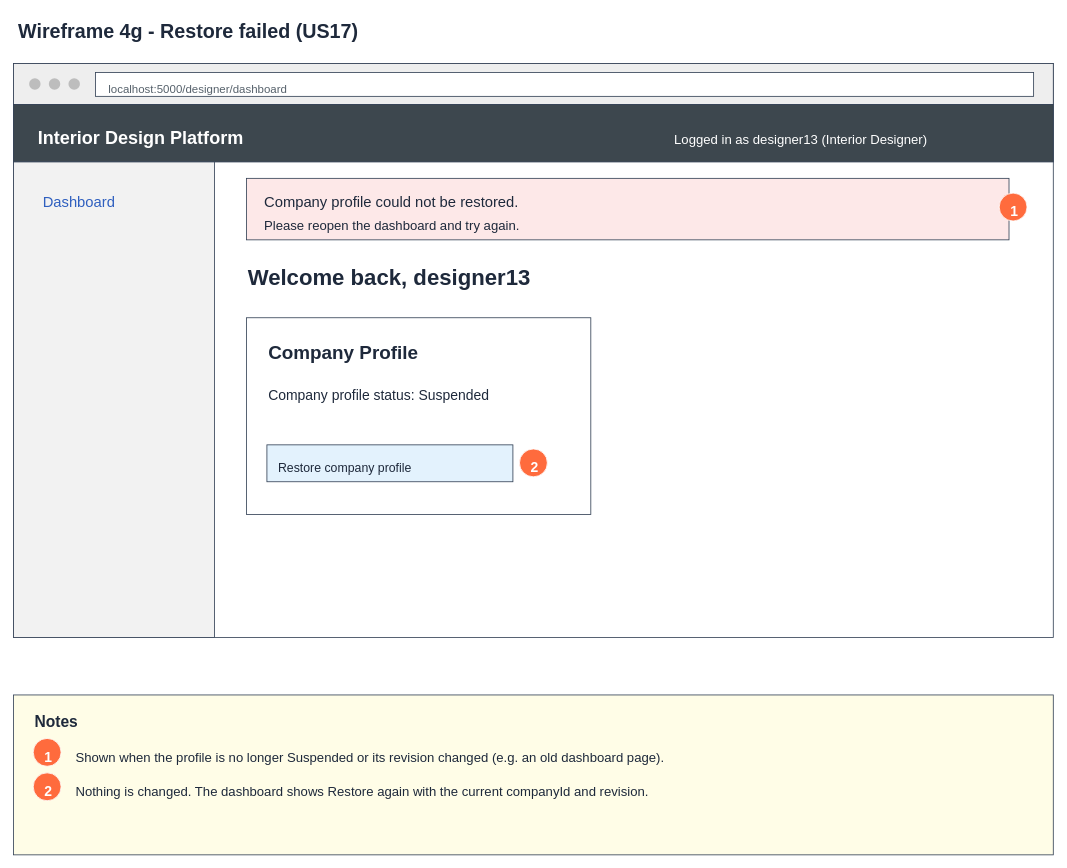
Before: page "4g Wireframe - Restore failed" (8 of 11) of Sprint_2/US17 - Delete Company Profile/US17 Delete company profile.drawio in Hanzxc/CSIT314-ARCHSS, a draw.io diagram. Source tidied: cells renumbered, new cells numbered last; positions are measured from the earlier drawing's top-left corner, leaving out a move shared by most shapes. Both pictures are drawn from the tidied source at 82%, with x=0, y=0 at pixel (13, 13).
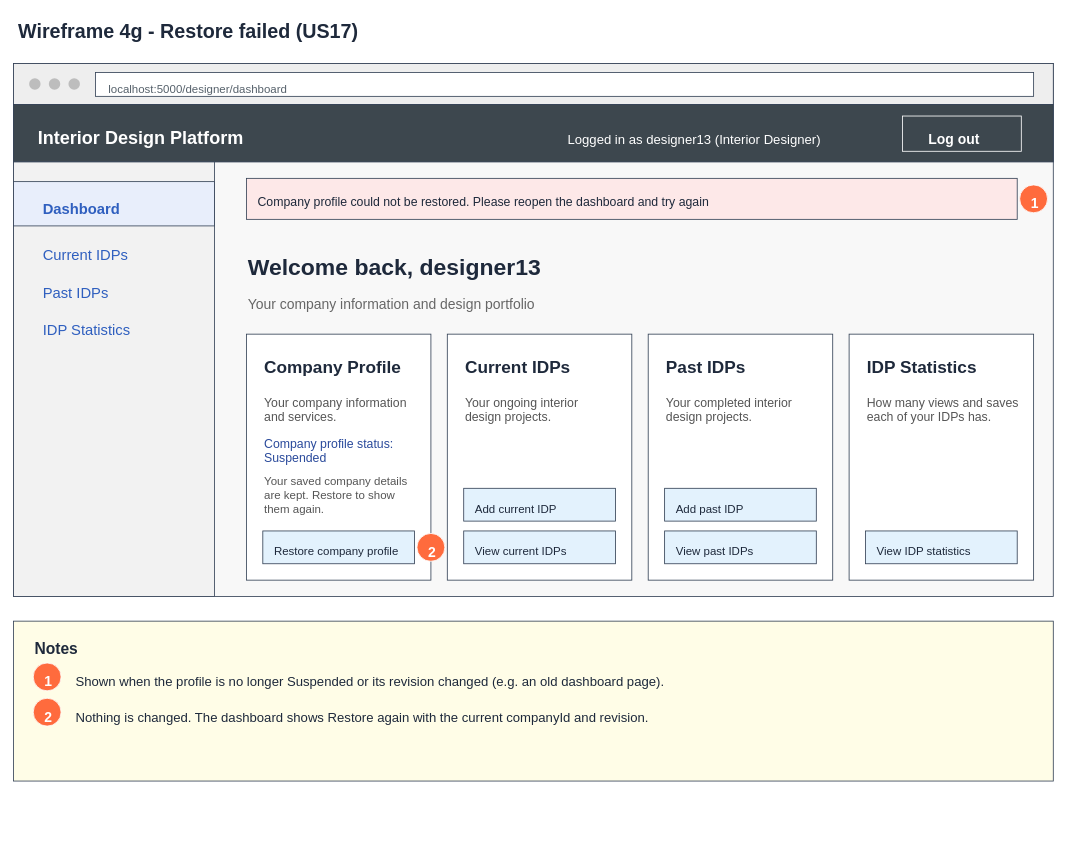
Above is the later version.

The edit, as a diff of the source:
```diff
@@
-    <mxCell id="3" style="rounded=0;whiteSpace=wrap;fillColor=#ffffff;strokeColor=#334155;" parent="1" vertex="1">
-      <mxGeometry y="61" width="1268" height="700" as="geometry" />
+    <mxCell id="3" style="rounded=0;whiteSpace=wrap;fillColor=#f8f8f8;strokeColor=#334155;" parent="1" vertex="1">
+      <mxGeometry y="61" width="1268" height="650" as="geometry" />
     </mxCell>
@@
     <mxCell id="12" value="Logged in as designer13 (Interior Designer)" style="text;html=0;align=left;verticalAlign=top;fontSize=16;fontStyle=0;fontColor=#ffffff;" parent="1" vertex="1">
-      <mxGeometry x="804" y="138" width="440" height="23" as="geometry" />
+      <mxGeometry x="674" y="138" width="440" height="23" as="geometry" />
     </mxCell>
-    <mxCell id="13" style="rounded=0;whiteSpace=wrap;fillColor=#f2f2f2;strokeColor=#334155;" parent="1" vertex="1">
-      <mxGeometry y="181" width="245" height="580" as="geometry" />
+    <mxCell id="13" style="rounded=0;whiteSpace=wrap;fillColor=#3d474e;strokeColor=#ffffff;" parent="1" vertex="1">
+      <mxGeometry x="1084" y="125" width="145" height="43" as="geometry" />
     </mxCell>
-    <mxCell id="14" value="Dashboard" style="text;html=0;align=left;verticalAlign=top;fontSize=18;fontStyle=0;fontColor=#2f5fbf;" parent="1" vertex="1">
-      <mxGeometry x="34" y="213" width="200" height="25" as="geometry" />
+    <mxCell id="14" value="Log out" style="text;html=0;align=left;verticalAlign=top;fontSize=17;fontStyle=1;fontColor=#ffffff;" parent="1" vertex="1">
+      <mxGeometry x="1114" y="136" width="115" height="24" as="geometry" />
     </mxCell>
-    <mxCell id="15" style="rounded=0;whiteSpace=wrap;fillColor=#fde8e8;strokeColor=#334155;" parent="1" vertex="1">
-      <mxGeometry x="284" y="201" width="930" height="75" as="geometry" />
+    <mxCell id="15" style="rounded=0;whiteSpace=wrap;fillColor=#f2f2f2;strokeColor=#334155;" parent="1" vertex="1">
+      <mxGeometry y="181" width="245" height="530" as="geometry" />
     </mxCell>
-    <mxCell id="16" value="Company profile could not be restored." style="text;html=0;align=left;verticalAlign=top;fontSize=18;fontStyle=0;fontColor=#1e293b;" parent="1" vertex="1">
-      <mxGeometry x="304" y="213" width="900" height="25" as="geometry" />
+    <mxCell id="16" style="rounded=0;whiteSpace=wrap;fillColor=#e8eefb;strokeColor=#334155;" parent="1" vertex="1">
+      <mxGeometry y="205" width="245" height="54" as="geometry" />
     </mxCell>
-    <mxCell id="17" value="Please reopen the dashboard and try again." style="text;html=0;align=left;verticalAlign=top;fontSize=16;fontStyle=0;fontColor=#1e293b;" parent="1" vertex="1">
-      <mxGeometry x="304" y="243" width="900" height="23" as="geometry" />
+    <mxCell id="17" value="Dashboard" style="text;html=0;align=left;verticalAlign=top;fontSize=18;fontStyle=1;fontColor=#2f5fbf;" parent="1" vertex="1">
+      <mxGeometry x="34" y="221" width="200" height="25" as="geometry" />
     </mxCell>
-    <mxCell id="18" value="Welcome back, designer13" style="text;html=0;align=left;verticalAlign=top;fontSize=27;fontStyle=1;fontColor=#1e293b;" parent="1" vertex="1">
-      <mxGeometry x="284" y="299" width="900" height="34" as="geometry" />
+    <mxCell id="18" value="Current IDPs" style="text;html=0;align=left;verticalAlign=top;fontSize=18;fontStyle=0;fontColor=#2f5fbf;" parent="1" vertex="1">
+      <mxGeometry x="34" y="277" width="200" height="25" as="geometry" />
     </mxCell>
-    <mxCell id="19" style="rounded=0;whiteSpace=wrap;fillColor=#ffffff;strokeColor=#334155;" parent="1" vertex="1">
-      <mxGeometry x="284" y="371" width="420" height="240" as="geometry" />
+    <mxCell id="19" value="Past IDPs" style="text;html=0;align=left;verticalAlign=top;fontSize=18;fontStyle=0;fontColor=#2f5fbf;" parent="1" vertex="1">
+      <mxGeometry x="34" y="323" width="200" height="25" as="geometry" />
     </mxCell>
-    <mxCell id="20" value="Company Profile" style="text;html=0;align=left;verticalAlign=top;fontSize=23;fontStyle=1;fontColor=#1e293b;" parent="1" vertex="1">
-      <mxGeometry x="309" y="393" width="900" height="30" as="geometry" />
+    <mxCell id="20" value="IDP Statistics" style="text;html=0;align=left;verticalAlign=top;fontSize=18;fontStyle=0;fontColor=#2f5fbf;" parent="1" vertex="1">
+      <mxGeometry x="34" y="369" width="200" height="25" as="geometry" />
     </mxCell>
-    <mxCell id="21" value="Company profile status: Suspended" style="text;html=0;align=left;verticalAlign=top;fontSize=17;fontStyle=0;fontColor=#1e293b;" parent="1" vertex="1">
-      <mxGeometry x="309" y="449" width="900" height="24" as="geometry" />
+    <mxCell id="21" style="rounded=0;whiteSpace=wrap;fillColor=#fde8e8;strokeColor=#334155;" parent="1" vertex="1">
+      <mxGeometry x="284" y="201" width="940" height="50" as="geometry" />
     </mxCell>
-    <mxCell id="22" style="rounded=0;whiteSpace=wrap;fillColor=#e3f2fd;strokeColor=#334155;" parent="1" vertex="1">
-      <mxGeometry x="309" y="526" width="300" height="45" as="geometry" />
+    <mxCell id="22" value="Company profile could not be restored. Please reopen the dashboard and try again" style="text;html=0;align=left;verticalAlign=top;fontSize=15;fontStyle=0;fontColor=#1e293b;" parent="1" vertex="1">
+      <mxGeometry x="296" y="214" width="916" height="22" as="geometry" />
     </mxCell>
-    <mxCell id="23" value="Restore company profile" style="text;html=0;align=left;verticalAlign=top;fontSize=15;fontStyle=0;fontColor=#1e293b;" parent="1" vertex="1">
-      <mxGeometry x="321" y="538" width="276" height="22" as="geometry" />
+    <mxCell id="23" value="Welcome back, designer13" style="text;html=0;align=left;verticalAlign=top;fontSize=28;fontStyle=1;fontColor=#1e293b;" parent="1" vertex="1">
+      <mxGeometry x="284" y="285" width="900" height="35" as="geometry" />
     </mxCell>
-    <mxCell id="24" style="ellipse;fillColor=#ff6b3d;strokeColor=#ffffff;" parent="1" vertex="1">
-      <mxGeometry x="1202" y="219" width="34" height="34" as="geometry" />
+    <mxCell id="24" value="Your company information and design portfolio" style="text;html=0;align=left;verticalAlign=top;fontSize=17;fontStyle=0;fontColor=#666666;" parent="1" vertex="1">
+      <mxGeometry x="284" y="338" width="900" height="24" as="geometry" />
     </mxCell>
-    <mxCell id="25" value="1" style="text;html=0;align=left;verticalAlign=top;fontSize=17;fontStyle=1;fontColor=#ffffff;" parent="1" vertex="1">
-      <mxGeometry x="1214" y="225" width="20" height="24" as="geometry" />
+    <mxCell id="25" style="rounded=0;whiteSpace=wrap;fillColor=#ffffff;strokeColor=#334155;" parent="1" vertex="1">
+      <mxGeometry x="284" y="391" width="225" height="300" as="geometry" />
     </mxCell>
-    <mxCell id="26" style="ellipse;fillColor=#ff6b3d;strokeColor=#ffffff;" parent="1" vertex="1">
-      <mxGeometry x="617" y="531" width="34" height="34" as="geometry" />
+    <mxCell id="26" value="Company Profile" style="text;html=0;align=left;verticalAlign=top;fontSize=21;fontStyle=1;fontColor=#1e293b;" parent="1" vertex="1">
+      <mxGeometry x="304" y="412" width="195" height="29" as="geometry" />
     </mxCell>
-    <mxCell id="27" value="2" style="text;html=0;align=left;verticalAlign=top;fontSize=17;fontStyle=1;fontColor=#ffffff;" parent="1" vertex="1">
-      <mxGeometry x="629" y="537" width="20" height="24" as="geometry" />
+    <mxCell id="27" value="Your company information&#10;and services." style="text;html=0;align=left;verticalAlign=top;fontSize=15;fontStyle=0;fontColor=#555555;" parent="1" vertex="1">
+      <mxGeometry x="304" y="459" width="195" height="44" as="geometry" />
     </mxCell>
-    <mxCell id="28" style="rounded=0;whiteSpace=wrap;fillColor=#fffde7;strokeColor=#334155;" parent="1" vertex="1">
-      <mxGeometry y="831" width="1268" height="195" as="geometry" />
+    <mxCell id="28" value="Company profile status:&#10;Suspended" style="text;html=0;align=left;verticalAlign=top;fontSize=15;fontStyle=0;fontColor=#2a4a9b;" parent="1" vertex="1">
+      <mxGeometry x="304" y="509" width="195" height="40" as="geometry" />
     </mxCell>
-    <mxCell id="29" value="Notes" style="text;html=0;align=left;verticalAlign=top;fontSize=19;fontStyle=1;fontColor=#1e293b;" parent="1" vertex="1">
-      <mxGeometry x="24" y="846" width="900" height="26" as="geometry" />
+    <mxCell id="29" value="Your saved company details&#10;are kept. Restore to show&#10;them again." style="text;html=0;align=left;verticalAlign=top;fontSize=14;fontStyle=0;fontColor=#555555;" parent="1" vertex="1">
+      <mxGeometry x="304" y="555" width="195" height="54" as="geometry" />
     </mxCell>
-    <mxCell id="30" style="ellipse;fillColor=#ff6b3d;strokeColor=#ffffff;" parent="1" vertex="1">
-      <mxGeometry x="24" y="884" width="34" height="34" as="geometry" />
+    <mxCell id="30" style="rounded=0;whiteSpace=wrap;fillColor=#e3f2fd;strokeColor=#334155;" parent="1" vertex="1">
+      <mxGeometry x="304" y="631" width="185" height="40" as="geometry" />
     </mxCell>
-    <mxCell id="31" value="1" style="text;html=0;align=left;verticalAlign=top;fontSize=17;fontStyle=1;fontColor=#ffffff;" parent="1" vertex="1">
-      <mxGeometry x="36" y="890" width="20" height="24" as="geometry" />
+    <mxCell id="31" value="Restore company profile" style="text;html=0;align=left;verticalAlign=top;fontSize=14;fontStyle=0;fontColor=#1e293b;" parent="1" vertex="1">
+      <mxGeometry x="316" y="641" width="165" height="22" as="geometry" />
     </mxCell>
-    <mxCell id="32" value="Shown when the profile is no longer Suspended or its revision changed (e.g. an old dashboard page)." style="text;html=0;align=left;verticalAlign=top;fontSize=16;fontStyle=0;fontColor=#1e293b;" parent="1" vertex="1">
-      <mxGeometry x="74" y="891" width="1160" height="23" as="geometry" />
+    <mxCell id="32" style="rounded=0;whiteSpace=wrap;fillColor=#ffffff;strokeColor=#334155;" parent="1" vertex="1">
+      <mxGeometry x="529" y="391" width="225" height="300" as="geometry" />
     </mxCell>
-    <mxCell id="33" style="ellipse;fillColor=#ff6b3d;strokeColor=#ffffff;" parent="1" vertex="1">
-      <mxGeometry x="24" y="926" width="34" height="34" as="geometry" />
+    <mxCell id="33" value="Current IDPs" style="text;html=0;align=left;verticalAlign=top;fontSize=21;fontStyle=1;fontColor=#1e293b;" parent="1" vertex="1">
+      <mxGeometry x="549" y="412" width="195" height="29" as="geometry" />
     </mxCell>
-    <mxCell id="34" value="2" style="text;html=0;align=left;verticalAlign=top;fontSize=17;fontStyle=1;fontColor=#ffffff;" parent="1" vertex="1">
-      <mxGeometry x="36" y="932" width="20" height="24" as="geometry" />
+    <mxCell id="34" value="Your ongoing interior&#10;design projects." style="text;html=0;align=left;verticalAlign=top;fontSize=15;fontStyle=0;fontColor=#555555;" parent="1" vertex="1">
+      <mxGeometry x="549" y="459" width="195" height="44" as="geometry" />
     </mxCell>
-    <mxCell id="35" value="Nothing is changed. The dashboard shows Restore again with the current companyId and revision." style="text;html=0;align=left;verticalAlign=top;fontSize=16;fontStyle=0;fontColor=#1e293b;" parent="1" vertex="1">
-      <mxGeometry x="74" y="933" width="1160" height="23" as="geometry" />
+    <mxCell id="35" style="rounded=0;whiteSpace=wrap;fillColor=#e3f2fd;strokeColor=#334155;" parent="1" vertex="1">
+      <mxGeometry x="549" y="579" width="185" height="40" as="geometry" />
     </mxCell>
+    <mxCell id="36" value="Add current IDP" style="text;html=0;align=left;verticalAlign=top;fontSize=14;fontStyle=0;fontColor=#1e293b;" parent="1" vertex="1">
+      <mxGeometry x="561" y="589" width="165" height="22" as="geometry" />
+    </mxCell>
+    <mxCell id="37" style="rounded=0;whiteSpace=wrap;fillColor=#e3f2fd;strokeColor=#334155;" parent="1" vertex="1">
+      <mxGeometry x="549" y="631" width="185" height="40" as="geometry" />
+    </mxCell>
+    <mxCell id="38" value="View current IDPs" style="text;html=0;align=left;verticalAlign=top;fontSize=14;fontStyle=0;fontColor=#1e293b;" parent="1" vertex="1">
+      <mxGeometry x="561" y="641" width="165" height="22" as="geometry" />
+    </mxCell>
+    <mxCell id="39" style="rounded=0;whiteSpace=wrap;fillColor=#ffffff;strokeColor=#334155;" parent="1" vertex="1">
+      <mxGeometry x="774" y="391" width="225" height="300" as="geometry" />
+    </mxCell>
+    <mxCell id="40" value="Past IDPs" style="text;html=0;align=left;verticalAlign=top;fontSize=21;fontStyle=1;fontColor=#1e293b;" parent="1" vertex="1">
+      <mxGeometry x="794" y="412" width="195" height="29" as="geometry" />
+    </mxCell>
+    <mxCell id="41" value="Your completed interior&#10;design projects." style="text;html=0;align=left;verticalAlign=top;fontSize=15;fontStyle=0;fontColor=#555555;" parent="1" vertex="1">
+      <mxGeometry x="794" y="459" width="195" height="44" as="geometry" />
+    </mxCell>
+    <mxCell id="42" style="rounded=0;whiteSpace=wrap;fillColor=#e3f2fd;strokeColor=#334155;" parent="1" vertex="1">
+      <mxGeometry x="794" y="579" width="185" height="40" as="geometry" />
+    </mxCell>
+    <mxCell id="43" value="Add past IDP" style="text;html=0;align=left;verticalAlign=top;fontSize=14;fontStyle=0;fontColor=#1e293b;" parent="1" vertex="1">
+      <mxGeometry x="806" y="589" width="165" height="22" as="geometry" />
+    </mxCell>
+    <mxCell id="44" style="rounded=0;whiteSpace=wrap;fillColor=#e3f2fd;strokeColor=#334155;" parent="1" vertex="1">
+      <mxGeometry x="794" y="631" width="185" height="40" as="geometry" />
+    </mxCell>
+    <mxCell id="45" value="View past IDPs" style="text;html=0;align=left;verticalAlign=top;fontSize=14;fontStyle=0;fontColor=#1e293b;" parent="1" vertex="1">
+      <mxGeometry x="806" y="641" width="165" height="22" as="geometry" />
+    </mxCell>
+    <mxCell id="46" style="rounded=0;whiteSpace=wrap;fillColor=#ffffff;strokeColor=#334155;" parent="1" vertex="1">
+      <mxGeometry x="1019" y="391" width="225" height="300" as="geometry" />
+    </mxCell>
+    <mxCell id="47" value="IDP Statistics" style="text;html=0;align=left;verticalAlign=top;fontSize=21;fontStyle=1;fontColor=#1e293b;" parent="1" vertex="1">
+      <mxGeometry x="1039" y="412" width="195" height="29" as="geometry" />
+    </mxCell>
+    <mxCell id="48" value="How many views and saves&#10;each of your IDPs has." style="text;html=0;align=left;verticalAlign=top;fontSize=15;fontStyle=0;fontColor=#555555;" parent="1" vertex="1">
+      <mxGeometry x="1039" y="459" width="195" height="44" as="geometry" />
+    </mxCell>
+    <mxCell id="49" style="rounded=0;whiteSpace=wrap;fillColor=#e3f2fd;strokeColor=#334155;" parent="1" vertex="1">
+      <mxGeometry x="1039" y="631" width="185" height="40" as="geometry" />
+    </mxCell>
+    <mxCell id="50" value="View IDP statistics" style="text;html=0;align=left;verticalAlign=top;fontSize=14;fontStyle=0;fontColor=#1e293b;" parent="1" vertex="1">
+      <mxGeometry x="1051" y="641" width="165" height="22" as="geometry" />
+    </mxCell>
+    <mxCell id="51" style="ellipse;fillColor=#ff6b3d;strokeColor=#ffffff;" parent="1" vertex="1">
+      <mxGeometry x="1227" y="209" width="34" height="34" as="geometry" />
+    </mxCell>
+    <mxCell id="52" value="1" style="text;html=0;align=left;verticalAlign=top;fontSize=17;fontStyle=1;fontColor=#ffffff;" parent="1" vertex="1">
+      <mxGeometry x="1239" y="215" width="20" height="24" as="geometry" />
+    </mxCell>
+    <mxCell id="53" style="ellipse;fillColor=#ff6b3d;strokeColor=#ffffff;" parent="1" vertex="1">
+      <mxGeometry x="492" y="634" width="34" height="34" as="geometry" />
+    </mxCell>
+    <mxCell id="54" value="2" style="text;html=0;align=left;verticalAlign=top;fontSize=17;fontStyle=1;fontColor=#ffffff;" parent="1" vertex="1">
+      <mxGeometry x="504" y="640" width="20" height="24" as="geometry" />
+    </mxCell>
+    <mxCell id="55" style="rounded=0;whiteSpace=wrap;fillColor=#fffde7;strokeColor=#334155;" parent="1" vertex="1">
+      <mxGeometry y="741" width="1268" height="195" as="geometry" />
+    </mxCell>
+    <mxCell id="56" value="Notes" style="text;html=0;align=left;verticalAlign=top;fontSize=19;fontStyle=1;fontColor=#1e293b;" parent="1" vertex="1">
+      <mxGeometry x="24" y="756" width="900" height="26" as="geometry" />
+    </mxCell>
+    <mxCell id="57" style="ellipse;fillColor=#ff6b3d;strokeColor=#ffffff;" parent="1" vertex="1">
+      <mxGeometry x="24" y="792" width="34" height="34" as="geometry" />
+    </mxCell>
+    <mxCell id="58" value="1" style="text;html=0;align=left;verticalAlign=top;fontSize=17;fontStyle=1;fontColor=#ffffff;" parent="1" vertex="1">
+      <mxGeometry x="36" y="798" width="20" height="24" as="geometry" />
+    </mxCell>
+    <mxCell id="59" value="Shown when the profile is no longer Suspended or its revision changed (e.g. an old dashboard page)." style="text;html=0;align=left;verticalAlign=top;fontSize=16;fontStyle=0;fontColor=#1e293b;" parent="1" vertex="1">
+      <mxGeometry x="74" y="799" width="1180" height="23" as="geometry" />
+    </mxCell>
+    <mxCell id="60" style="ellipse;fillColor=#ff6b3d;strokeColor=#ffffff;" parent="1" vertex="1">
+      <mxGeometry x="24" y="835" width="34" height="34" as="geometry" />
+    </mxCell>
+    <mxCell id="61" value="2" style="text;html=0;align=left;verticalAlign=top;fontSize=17;fontStyle=1;fontColor=#ffffff;" parent="1" vertex="1">
+      <mxGeometry x="36" y="841" width="20" height="24" as="geometry" />
+    </mxCell>
+    <mxCell id="62" value="Nothing is changed. The dashboard shows Restore again with the current companyId and revision." style="text;html=0;align=left;verticalAlign=top;fontSize=16;fontStyle=0;fontColor=#1e293b;" parent="1" vertex="1">
+      <mxGeometry x="74" y="842" width="1180" height="23" as="geometry" />
+    </mxCell>
```
